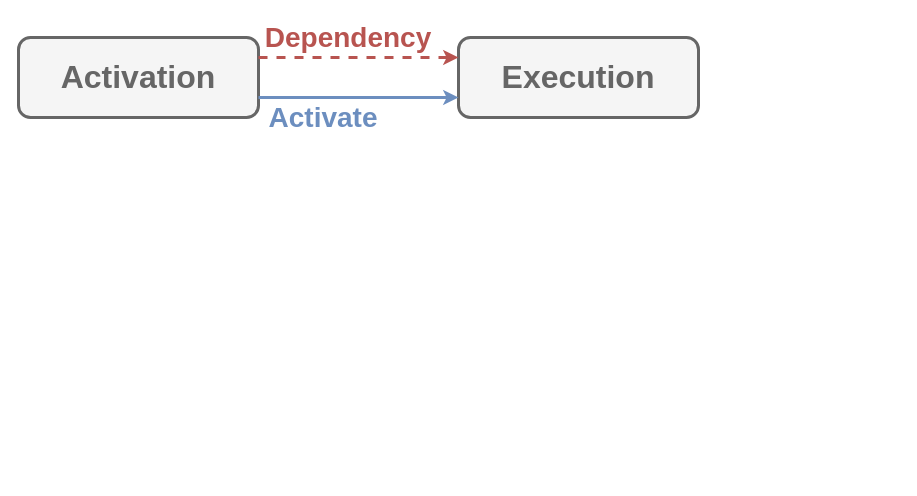
Above: Documentation/Resources/Progression.drawio in do-i-know-it/YggdrAshill.Ragnarok (draw.io), before the change. Source tidied: cells renumbered, new cells numbered last; positions are measured from the earlier drawing's top-left corner, leaving out a move shared by most shapes. Both pictures are drawn from the tidied source at 100%, with x=0, y=0 at pixel (18, 17).
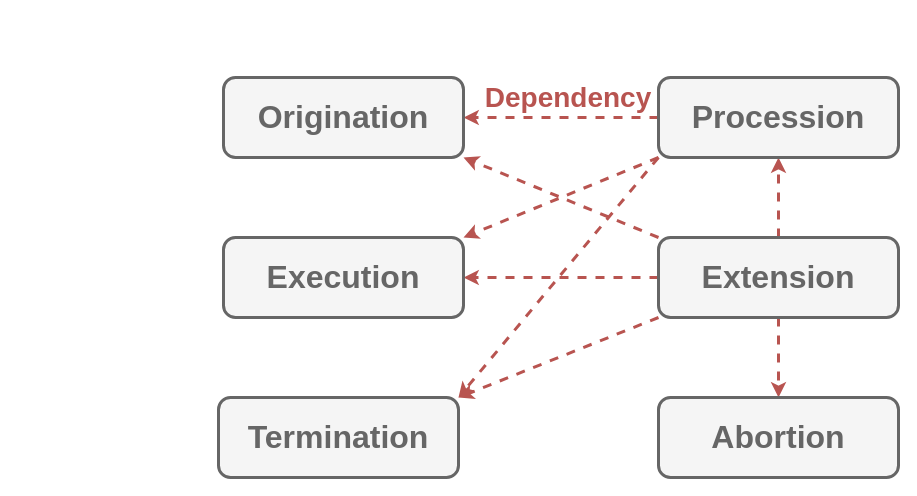
The same diagram, later.

Change to the diagram source:
```diff
@@
 <mxGraphModel>
   <root>
     <mxCell id="0" />
     <mxCell id="1" parent="0" />
+    <mxCell id="4" style="endArrow=classic;html=1;fillColor=#f8cecc;strokeColor=#b85450;strokeWidth=3;dashed=1;exitX=0;exitY=1;exitDx=0;exitDy=0;entryX=1;entryY=0;entryDx=0;entryDy=0;" parent="1" edge="1" source="16" target="3">
+      <mxGeometry relative="1" as="geometry" />
+    </mxCell>
+    <mxCell id="6" value="&lt;b&gt;&lt;font style=&quot;font-size: 28px&quot; color=&quot;#b85450&quot;&gt;Dependency&lt;/font&gt;&lt;/b&gt;" style="text;html=1;align=center;verticalAlign=middle;whiteSpace=wrap;rounded=0;" parent="1" vertex="1">
+      <mxGeometry x="460" y="60" width="180" height="40" as="geometry" />
+    </mxCell>
+    <mxCell id="8" style="endArrow=classic;html=1;fillColor=#f8cecc;strokeColor=#b85450;strokeWidth=3;dashed=1;entryX=1;entryY=0;entryDx=0;entryDy=0;" parent="1" edge="1" target="2">
+      <mxGeometry relative="1" as="geometry">
+        <mxPoint x="640" y="140" as="sourcePoint" />
+      </mxGeometry>
+    </mxCell>
+    <mxCell id="9" style="endArrow=classic;html=1;fillColor=#f8cecc;strokeColor=#b85450;strokeWidth=3;dashed=1;exitX=0;exitY=0.5;exitDx=0;exitDy=0;entryX=1;entryY=0.5;entryDx=0;entryDy=0;" parent="1" edge="1" source="16" target="15">
+      <mxGeometry relative="1" as="geometry" />
+    </mxCell>
+    <mxCell id="10" style="endArrow=classic;html=1;fillColor=#f8cecc;strokeColor=#b85450;strokeWidth=3;dashed=1;entryX=0.5;entryY=1;entryDx=0;entryDy=0;exitX=0.5;exitY=0;exitDx=0;exitDy=0;" parent="1" edge="1" source="18" target="16">
+      <mxGeometry relative="1" as="geometry" />
+    </mxCell>
+    <mxCell id="11" style="endArrow=classic;html=1;fillColor=#f8cecc;strokeColor=#b85450;strokeWidth=3;dashed=1;entryX=0.5;entryY=0;entryDx=0;entryDy=0;" parent="1" edge="1" source="18" target="17">
+      <mxGeometry relative="1" as="geometry" />
+    </mxCell>
+    <mxCell id="12" style="endArrow=classic;html=1;fillColor=#f8cecc;strokeColor=#b85450;strokeWidth=3;dashed=1;entryX=1;entryY=0.5;entryDx=0;entryDy=0;exitX=0;exitY=0.5;exitDx=0;exitDy=0;" parent="1" edge="1" source="18" target="3">
+      <mxGeometry relative="1" as="geometry" />
+    </mxCell>
+    <mxCell id="13" style="endArrow=classic;html=1;fillColor=#f8cecc;strokeColor=#b85450;strokeWidth=3;dashed=1;exitX=0;exitY=1;exitDx=0;exitDy=0;entryX=1;entryY=0;entryDx=0;entryDy=0;" parent="1" edge="1" source="18" target="2">
+      <mxGeometry relative="1" as="geometry" />
+    </mxCell>
+    <mxCell id="14" style="endArrow=classic;html=1;fillColor=#f8cecc;strokeColor=#b85450;strokeWidth=3;dashed=1;entryX=1;entryY=1;entryDx=0;entryDy=0;exitX=0;exitY=0;exitDx=0;exitDy=0;" parent="1" edge="1" source="18" target="15">
+      <mxGeometry relative="1" as="geometry" />
+    </mxCell>
-    <mxCell id="2" value="&lt;font style=&quot;font-size: 32px&quot; color=&quot;#666666&quot;&gt;&lt;b&gt;Activation&lt;/b&gt;&lt;/font&gt;" style="rounded=1;whiteSpace=wrap;html=1;fillColor=#f5f5f5;strokeColor=#666666;strokeWidth=3;fontColor=#333333;" parent="1" vertex="1">
-      <mxGeometry y="20" width="240" height="80" as="geometry" />
+    <mxCell id="2" value="&lt;font style=&quot;font-size: 32px&quot; color=&quot;#666666&quot;&gt;&lt;b&gt;Termination&lt;br&gt;&lt;/b&gt;&lt;/font&gt;" style="rounded=1;whiteSpace=wrap;html=1;fillColor=#f5f5f5;strokeColor=#666666;strokeWidth=3;fontColor=#333333;" parent="1" vertex="1">
+      <mxGeometry x="200" y="380" width="240" height="80" as="geometry" />
     </mxCell>
     <mxCell id="3" value="&lt;font style=&quot;font-size: 32px&quot; color=&quot;#666666&quot;&gt;&lt;b&gt;Execution&lt;/b&gt;&lt;/font&gt;" style="rounded=1;whiteSpace=wrap;html=1;fillColor=#f5f5f5;strokeColor=#666666;strokeWidth=3;fontColor=#333333;" parent="1" vertex="1">
-      <mxGeometry x="440" y="20" width="240" height="80" as="geometry" />
+      <mxGeometry x="205" y="220" width="240" height="80" as="geometry" />
     </mxCell>
-    <mxCell id="4" style="endArrow=classic;html=1;exitX=1;exitY=0.25;exitDx=0;exitDy=0;entryX=0;entryY=0.25;entryDx=0;entryDy=0;fillColor=#f8cecc;strokeColor=#b85450;strokeWidth=3;dashed=1;" parent="1" edge="1" source="2" target="3">
-      <mxGeometry relative="1" as="geometry" />
-    </mxCell>
-    <mxCell id="5" style="endArrow=classic;html=1;exitX=1;exitY=0.75;exitDx=0;exitDy=0;entryX=0;entryY=0.75;entryDx=0;entryDy=0;strokeWidth=3;fillColor=#dae8fc;strokeColor=#6c8ebf;elbow=vertical;" parent="1" edge="1" source="2" target="3">
-      <mxGeometry relative="1" as="geometry" />
-    </mxCell>
-    <mxCell id="6" value="&lt;b&gt;&lt;font style=&quot;font-size: 28px&quot; color=&quot;#b85450&quot;&gt;Dependency&lt;/font&gt;&lt;/b&gt;" style="text;html=1;align=center;verticalAlign=middle;whiteSpace=wrap;rounded=0;" parent="1" vertex="1">
-      <mxGeometry x="240" width="180" height="40" as="geometry" />
-    </mxCell>
-    <mxCell id="7" value="&lt;b&gt;&lt;font style=&quot;font-size: 28px&quot; color=&quot;#6c8ebf&quot;&gt;Activate&lt;/font&gt;&lt;/b&gt;" style="text;html=1;align=center;verticalAlign=middle;whiteSpace=wrap;rounded=0;" parent="1" vertex="1">
-      <mxGeometry x="240" y="80" width="130" height="40" as="geometry" />
-    </mxCell>
+    <mxCell id="15" value="&lt;font style=&quot;font-size: 32px&quot; color=&quot;#666666&quot;&gt;&lt;b&gt;Origination&lt;/b&gt;&lt;/font&gt;" style="rounded=1;whiteSpace=wrap;html=1;fillColor=#f5f5f5;strokeColor=#666666;strokeWidth=3;fontColor=#333333;" parent="1" vertex="1">
+      <mxGeometry x="205" y="60" width="240" height="80" as="geometry" />
+    </mxCell>
+    <mxCell id="16" value="&lt;font color=&quot;#666666&quot;&gt;&lt;span style=&quot;font-size: 32px&quot;&gt;&lt;b&gt;Procession&lt;/b&gt;&lt;/span&gt;&lt;br&gt;&lt;/font&gt;" style="rounded=1;whiteSpace=wrap;html=1;fillColor=#f5f5f5;strokeColor=#666666;strokeWidth=3;fontColor=#333333;" parent="1" vertex="1">
+      <mxGeometry x="640" y="60" width="240" height="80" as="geometry" />
+    </mxCell>
+    <mxCell id="17" value="&lt;font style=&quot;font-size: 32px&quot; color=&quot;#666666&quot;&gt;&lt;b&gt;Abortion&lt;/b&gt;&lt;/font&gt;" style="rounded=1;whiteSpace=wrap;html=1;fillColor=#f5f5f5;strokeColor=#666666;strokeWidth=3;fontColor=#333333;" parent="1" vertex="1">
+      <mxGeometry x="640" y="380" width="240" height="80" as="geometry" />
+    </mxCell>
+    <mxCell id="18" value="&lt;font style=&quot;font-size: 32px&quot; color=&quot;#666666&quot;&gt;&lt;b&gt;Extension&lt;/b&gt;&lt;/font&gt;" style="rounded=1;whiteSpace=wrap;html=1;fillColor=#f5f5f5;strokeColor=#666666;strokeWidth=3;fontColor=#333333;" parent="1" vertex="1">
+      <mxGeometry x="640" y="220" width="240" height="80" as="geometry" />
+    </mxCell>
   </root>
 </mxGraphModel>
```
